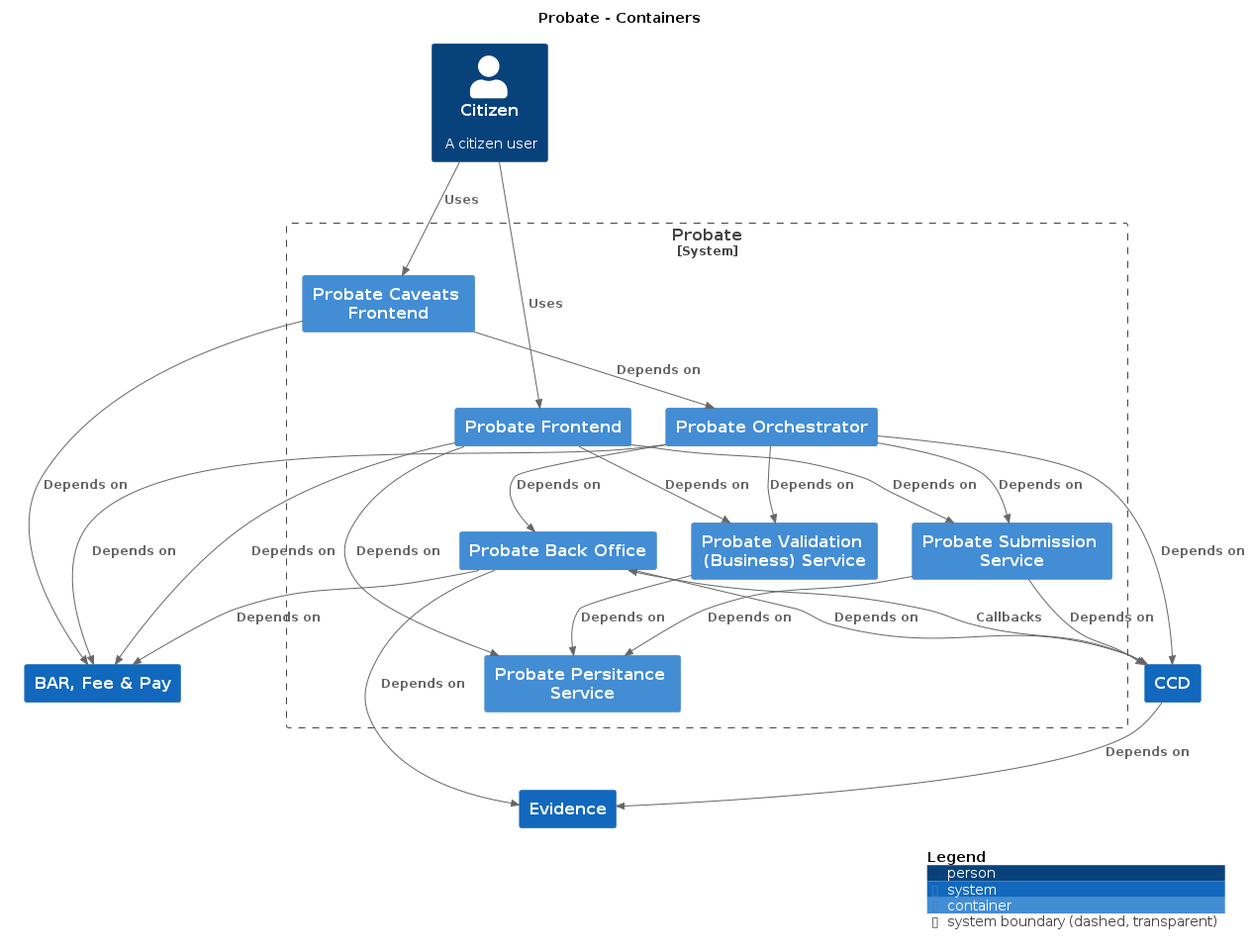
Before: docs/c4/probate/images/structurizr-probate-citizen.png, a diagram exported from PlantUML (hmcts/cnp-api-docs).
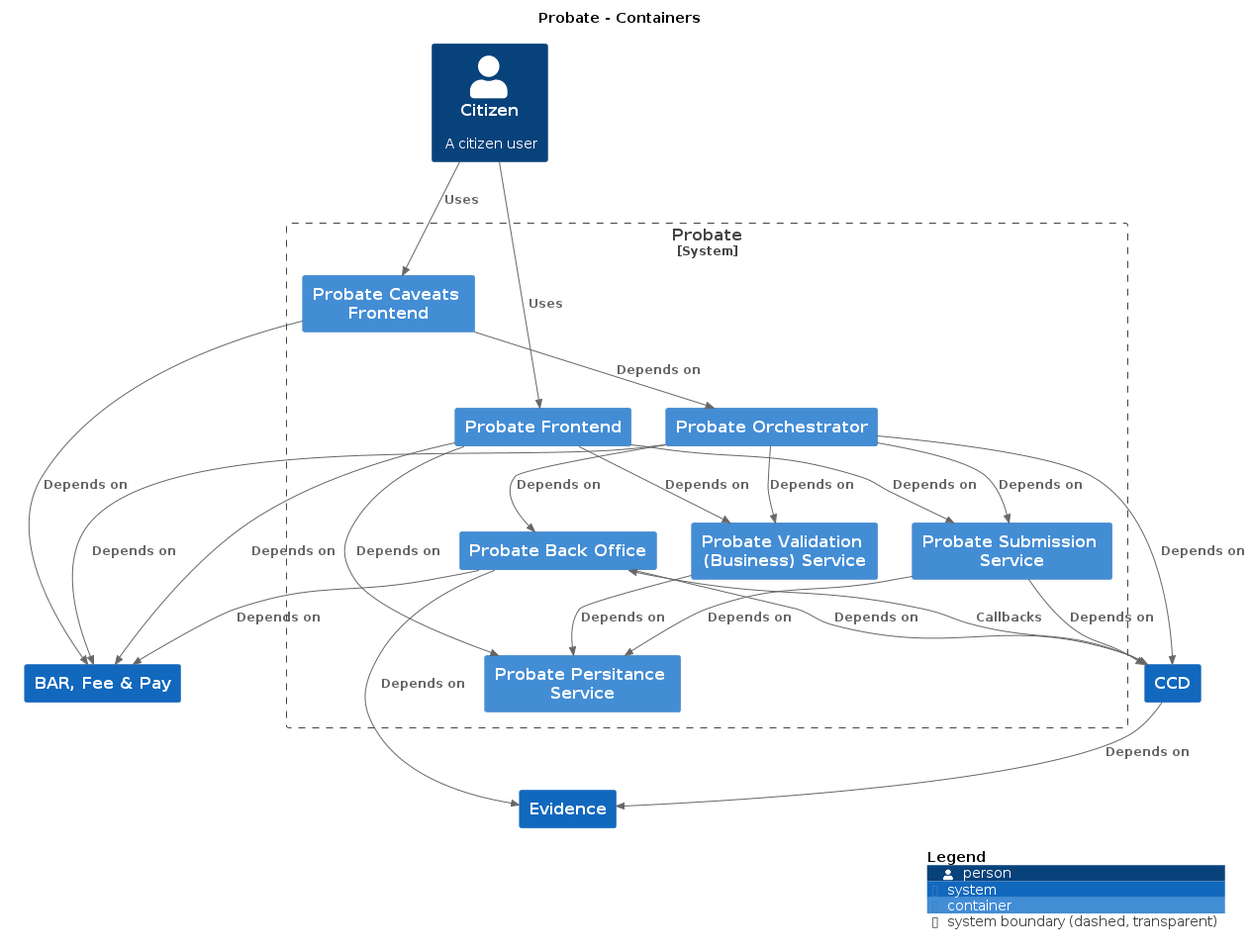
After the commit.

What changed in the source:
```diff
@@ -8,9 +8,9 @@
 !include https://raw.githubusercontent.com/plantuml-stdlib/C4-PlantUML/master/C4_Container.puml
 
 System(CCD, "CCD", "", $tags="")
+Person(Citizen, "Citizen", "A citizen user", $tags="")
 System(BARFeePay, "BAR, Fee & Pay", "", $tags="")
 System(Evidence, "Evidence", "", $tags="")
-Person(Citizen, "Citizen", "A citizen user", $tags="")
 
 System_Boundary("Probate_boundary", "Probate") {
   Container(Probate.ProbatePersitanceService, "Probate Persitance Service", "", $tags="")
```
